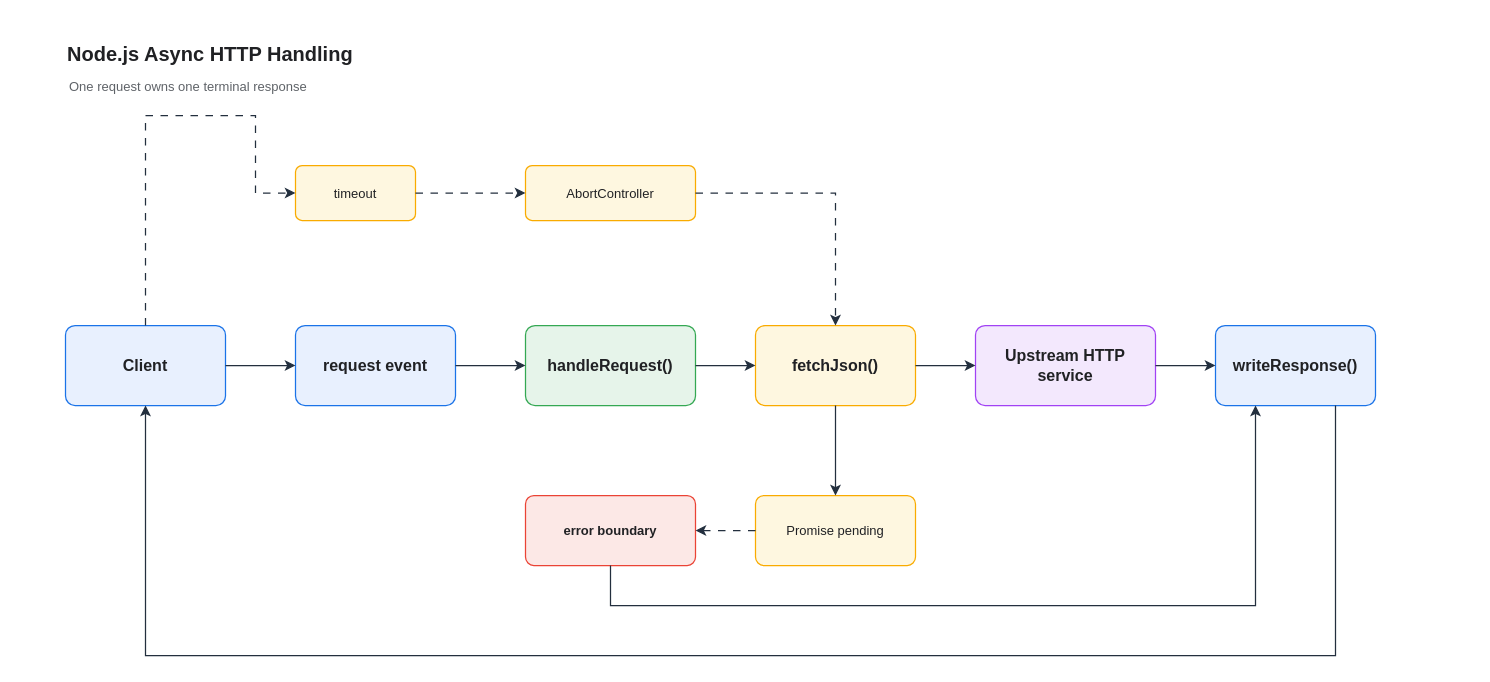
KKamJi98/kkamji98.github.io keeps this draw.io diagram as assets/img/nodejs/node-async-http-handling-flow.drawio. Above is the earlier version. Source tidied: cells renumbered, new cells numbered last; positions are measured from the earlier drawing's top-left corner, leaving out a move shared by most shapes. Both pictures are drawn from the tidied source at 100%, with x=0, y=0 at pixel (65, 35).
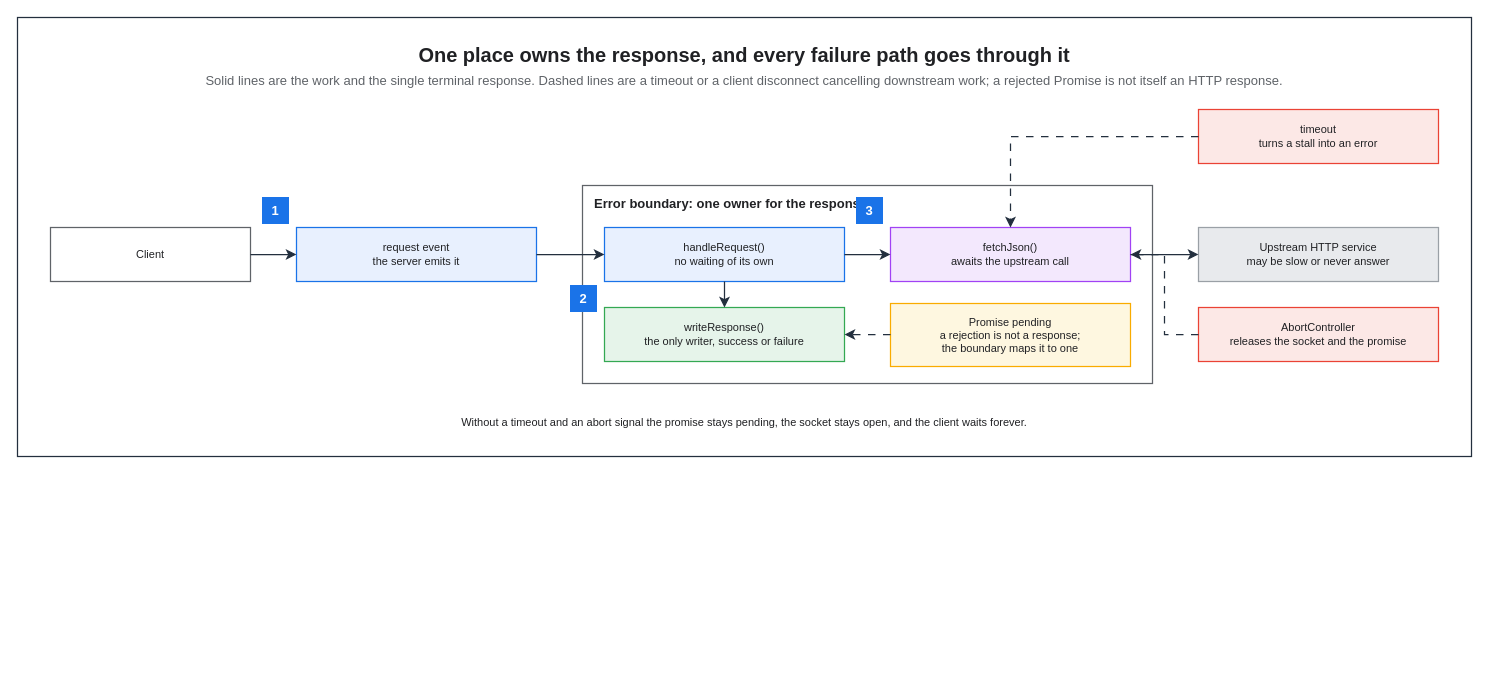
The same diagram, later.

Diff of the diagram source:
```diff
@@
+    <mxCell id="26" style="rounded=0;html=0;fillColor=none;strokeColor=#232F3E;fontColor=#202124;strokeWidth=1.25;" parent="1" vertex="1">
+      <mxGeometry x="-48" y="-18" width="1454" height="439" as="geometry" />
+    </mxCell>
-    <mxCell id="2" value="Node.js Async HTTP Handling" style="text;html=0;strokeColor=none;fillColor=none;align=left;verticalAlign=middle;fontSize=20;fontStyle=1;fontColor=#202124;" parent="1" vertex="1">
-      <mxGeometry width="800" height="34" as="geometry" />
+    <mxCell id="2" value="One place owns the response, and every failure path goes through it" style="text;html=0;whiteSpace=wrap;fillColor=none;strokeColor=none;fontColor=#202124;fontSize=20;fontStyle=1;align=center;verticalAlign=middle;" parent="1" vertex="1">
+      <mxGeometry x="-26" y="4" width="1410" height="30" as="geometry" />
     </mxCell>
-    <mxCell id="3" value="One request owns one terminal response" style="text;html=0;strokeColor=none;fillColor=none;align=left;verticalAlign=middle;fontSize=13;fontColor=#5F6368;" parent="1" vertex="1">
-      <mxGeometry x="2" y="38" width="600" height="24" as="geometry" />
+    <mxCell id="3" value="Solid lines are the work and the single terminal response. Dashed lines are a timeout or a client disconnect cancelling downstream work; a rejected Promise is not itself an HTTP response." style="text;html=0;whiteSpace=wrap;fillColor=none;strokeColor=none;fontColor=#5F6368;fontSize=13;fontStyle=0;align=center;verticalAlign=middle;" parent="1" vertex="1">
+      <mxGeometry x="-26" y="34" width="1410" height="22" as="geometry" />
     </mxCell>
+    <mxCell id="10" value="Error boundary: one owner for the response" style="rounded=0;whiteSpace=wrap;html=0;fillColor=none;strokeColor=#5F6368;fontColor=#202124;fontSize=13;fontStyle=1;align=left;verticalAlign=top;spacingLeft=10;spacingTop=4;strokeWidth=1.25;dashed=0;" parent="1" vertex="1">
+      <mxGeometry x="517" y="150" width="570" height="198" as="geometry" />
+    </mxCell>
-    <mxCell id="4" value="Client" style="rounded=1;whiteSpace=wrap;html=0;fillColor=#E8F0FE;strokeColor=#1A73E8;strokeWidth=1.25;fontColor=#202124;fontSize=16;fontStyle=1;arcSize=12;" parent="1" vertex="1">
-      <mxGeometry y="290" width="160" height="80" as="geometry" />
+    <mxCell id="4" value="Client" style="rounded=0;whiteSpace=wrap;html=0;fillColor=#FFFFFF;strokeColor=#5F6368;fontColor=#202124;fontSize=11;fontStyle=0;align=center;verticalAlign=middle;spacingLeft=6;spacingRight=6;strokeWidth=1.25;" parent="1" vertex="1">
+      <mxGeometry x="-15" y="192" width="200" height="54" as="geometry" />
     </mxCell>
-    <mxCell id="5" value="request event" style="rounded=1;whiteSpace=wrap;html=0;fillColor=#E8F0FE;strokeColor=#1A73E8;strokeWidth=1.25;fontColor=#202124;fontSize=16;fontStyle=1;arcSize=12;" parent="1" vertex="1">
-      <mxGeometry x="230" y="290" width="160" height="80" as="geometry" />
+    <mxCell id="5" value="request event&#10;the server emits it" style="rounded=0;whiteSpace=wrap;html=0;fillColor=#E8F0FE;strokeColor=#1A73E8;fontColor=#202124;fontSize=11;fontStyle=0;align=center;verticalAlign=middle;spacingLeft=6;spacingRight=6;strokeWidth=1.25;" parent="1" vertex="1">
+      <mxGeometry x="231" y="192" width="240" height="54" as="geometry" />
     </mxCell>
-    <mxCell id="6" value="handleRequest()" style="rounded=1;whiteSpace=wrap;html=0;fillColor=#E6F4EA;strokeColor=#34A853;strokeWidth=1.25;fontColor=#202124;fontSize=16;fontStyle=1;arcSize=12;" parent="1" vertex="1">
-      <mxGeometry x="460" y="290" width="170" height="80" as="geometry" />
+    <mxCell id="6" value="handleRequest()&#10;no waiting of its own" style="rounded=0;whiteSpace=wrap;html=0;fillColor=#E8F0FE;strokeColor=#1A73E8;fontColor=#202124;fontSize=11;fontStyle=0;align=center;verticalAlign=middle;spacingLeft=6;spacingRight=6;strokeWidth=1.25;" parent="1" vertex="1">
+      <mxGeometry x="539" y="192" width="240" height="54" as="geometry" />
     </mxCell>
-    <mxCell id="7" value="fetchJson()" style="rounded=1;whiteSpace=wrap;html=0;fillColor=#FEF7E0;strokeColor=#F9AB00;strokeWidth=1.25;fontColor=#202124;fontSize=16;fontStyle=1;arcSize=12;" parent="1" vertex="1">
-      <mxGeometry x="690" y="290" width="160" height="80" as="geometry" />
+    <mxCell id="7" value="fetchJson()&#10;awaits the upstream call" style="rounded=0;whiteSpace=wrap;html=0;fillColor=#F3E8FD;strokeColor=#A142F4;fontColor=#202124;fontSize=11;fontStyle=0;align=center;verticalAlign=middle;spacingLeft=6;spacingRight=6;strokeWidth=1.25;" parent="1" vertex="1">
+      <mxGeometry x="825" y="192" width="240" height="54" as="geometry" />
     </mxCell>
-    <mxCell id="8" value="writeResponse()" style="rounded=1;whiteSpace=wrap;html=0;fillColor=#E8F0FE;strokeColor=#1A73E8;strokeWidth=1.25;fontColor=#202124;fontSize=16;fontStyle=1;arcSize=12;" parent="1" vertex="1">
-      <mxGeometry x="1150" y="290" width="160" height="80" as="geometry" />
-    </mxCell>
-    <mxCell id="9" value="Upstream HTTP service" style="rounded=1;whiteSpace=wrap;html=0;fillColor=#F3E8FD;strokeColor=#A142F4;strokeWidth=1.25;fontColor=#202124;fontSize=16;fontStyle=1;arcSize=12;" parent="1" vertex="1">
-      <mxGeometry x="910" y="290" width="180" height="80" as="geometry" />
+    <mxCell id="9" value="Upstream HTTP service&#10;may be slow or never answer" style="rounded=0;whiteSpace=wrap;html=0;fillColor=#E8EAED;strokeColor=#9AA0A6;fontColor=#202124;fontSize=11;fontStyle=0;align=center;verticalAlign=middle;spacingLeft=6;spacingRight=6;strokeWidth=1.25;" parent="1" vertex="1">
+      <mxGeometry x="1133" y="192" width="240" height="54" as="geometry" />
     </mxCell>
-    <mxCell id="10" value="error boundary" style="rounded=1;whiteSpace=wrap;html=0;fillColor=#FCE8E6;strokeColor=#EA4335;strokeWidth=1.25;fontColor=#202124;fontSize=13;fontStyle=1;arcSize=12;" parent="1" vertex="1">
-      <mxGeometry x="460" y="460" width="170" height="70" as="geometry" />
-    </mxCell>
-    <mxCell id="11" value="Promise pending" style="rounded=1;whiteSpace=wrap;html=0;fillColor=#FEF7E0;strokeColor=#F9AB00;strokeWidth=1.25;fontColor=#202124;fontSize=13;arcSize=12;" parent="1" vertex="1">
-      <mxGeometry x="690" y="460" width="160" height="70" as="geometry" />
+    <mxCell id="11" value="Promise pending&#10;a rejection is not a response;&#10;the boundary maps it to one" style="rounded=0;whiteSpace=wrap;html=0;fillColor=#FEF7E0;strokeColor=#F9AB00;fontColor=#202124;fontSize=11;fontStyle=0;align=center;verticalAlign=middle;spacingLeft=6;spacingRight=6;strokeWidth=1.25;" parent="1" vertex="1">
+      <mxGeometry x="825" y="268" width="240" height="63" as="geometry" />
     </mxCell>
-    <mxCell id="12" value="timeout" style="rounded=1;whiteSpace=wrap;html=0;fillColor=#FEF7E0;strokeColor=#F9AB00;strokeWidth=1.25;fontColor=#202124;fontSize=13;arcSize=12;" parent="1" vertex="1">
-      <mxGeometry x="230" y="130" width="120" height="55" as="geometry" />
+    <mxCell id="12" value="timeout&#10;turns a stall into an error" style="rounded=0;whiteSpace=wrap;html=0;fillColor=#FCE8E6;strokeColor=#EA4335;fontColor=#202124;fontSize=11;fontStyle=0;align=center;verticalAlign=middle;spacingLeft=6;spacingRight=6;strokeWidth=1.25;" parent="1" vertex="1">
+      <mxGeometry x="1133" y="74" width="240" height="54" as="geometry" />
     </mxCell>
-    <mxCell id="13" value="AbortController" style="rounded=1;whiteSpace=wrap;html=0;fillColor=#FEF7E0;strokeColor=#F9AB00;strokeWidth=1.25;fontColor=#202124;fontSize=13;arcSize=12;" parent="1" vertex="1">
-      <mxGeometry x="460" y="130" width="170" height="55" as="geometry" />
+    <mxCell id="13" value="AbortController&#10;releases the socket and the promise" style="rounded=0;whiteSpace=wrap;html=0;fillColor=#FCE8E6;strokeColor=#EA4335;fontColor=#202124;fontSize=11;fontStyle=0;align=center;verticalAlign=middle;spacingLeft=6;spacingRight=6;strokeWidth=1.25;" parent="1" vertex="1">
+      <mxGeometry x="1133" y="272" width="240" height="54" as="geometry" />
     </mxCell>
+    <mxCell id="8" value="writeResponse()&#10;the only writer, success or failure" style="rounded=0;whiteSpace=wrap;html=0;fillColor=#E6F4EA;strokeColor=#34A853;fontColor=#202124;fontSize=11;fontStyle=0;align=center;verticalAlign=middle;spacingLeft=6;spacingRight=6;strokeWidth=1.25;" parent="1" vertex="1">
+      <mxGeometry x="539" y="272" width="240" height="54" as="geometry" />
+    </mxCell>
+    <mxCell id="27" value="Without a timeout and an abort signal the promise stays pending, the socket stays open, and the client waits forever." style="text;html=0;whiteSpace=wrap;fillColor=none;strokeColor=none;fontColor=#202124;fontSize=11;fontStyle=0;align=center;verticalAlign=middle;" parent="1" vertex="1">
+      <mxGeometry x="-15" y="375" width="1388" height="24" as="geometry" />
+    </mxCell>
+    <mxCell id="28" value="1" style="rounded=0;whiteSpace=wrap;html=0;fillColor=#1A73E8;strokeColor=#1A73E8;fontColor=#FFFFFF;fontSize=13;fontStyle=1;align=center;verticalAlign=middle;" parent="1" vertex="1">
+      <mxGeometry x="197" y="162" width="26" height="26" as="geometry" />
+    </mxCell>
+    <mxCell id="29" value="2" style="rounded=0;whiteSpace=wrap;html=0;fillColor=#1A73E8;strokeColor=#1A73E8;fontColor=#FFFFFF;fontSize=13;fontStyle=1;align=center;verticalAlign=middle;" parent="1" vertex="1">
+      <mxGeometry x="505" y="250" width="26" height="26" as="geometry" />
+    </mxCell>
+    <mxCell id="30" value="3" style="rounded=0;whiteSpace=wrap;html=0;fillColor=#1A73E8;strokeColor=#1A73E8;fontColor=#FFFFFF;fontSize=13;fontStyle=1;align=center;verticalAlign=middle;" parent="1" vertex="1">
+      <mxGeometry x="791" y="162" width="26" height="26" as="geometry" />
+    </mxCell>
-    <mxCell id="14" style="edgeStyle=orthogonalEdgeStyle;rounded=0;html=0;strokeColor=#232F3E;strokeWidth=1.25;endArrow=classic;endFill=1;endSize=7;fontColor=#202124;fontSize=11;labelBackgroundColor=none;exitX=1;exitY=0.5;exitPerimeter=1;entryX=0;entryY=0.5;entryPerimeter=1;" parent="1" edge="1" source="4" target="5">
+    <mxCell id="14" style="edgeStyle=orthogonalEdgeStyle;rounded=0;html=0;strokeColor=#232F3E;strokeWidth=1.25;endArrow=classic;endFill=1;endSize=7;fontSize=11;fontColor=#202124;labelBackgroundColor=none;jettySize=14;exitX=1;exitY=0.5;entryX=0;entryY=0.5;exitDx=0;exitDy=0;entryDx=0;entryDy=0;" parent="1" edge="1" source="4" target="5">
       <mxGeometry relative="1" as="geometry" />
     </mxCell>
-    <mxCell id="15" style="edgeStyle=orthogonalEdgeStyle;rounded=0;html=0;strokeColor=#232F3E;strokeWidth=1.25;endArrow=classic;endFill=1;endSize=7;fontColor=#202124;fontSize=11;labelBackgroundColor=none;exitX=1;exitY=0.5;exitPerimeter=1;entryX=0;entryY=0.5;entryPerimeter=1;" parent="1" edge="1" source="5" target="6">
+    <mxCell id="15" style="edgeStyle=orthogonalEdgeStyle;rounded=0;html=0;strokeColor=#232F3E;strokeWidth=1.25;endArrow=classic;endFill=1;endSize=7;fontSize=11;fontColor=#202124;labelBackgroundColor=none;jettySize=14;exitX=1;exitY=0.5;entryX=0;entryY=0.5;exitDx=0;exitDy=0;entryDx=0;entryDy=0;" parent="1" edge="1" source="5" target="6">
       <mxGeometry relative="1" as="geometry" />
     </mxCell>
-    <mxCell id="16" style="edgeStyle=orthogonalEdgeStyle;rounded=0;html=0;strokeColor=#232F3E;strokeWidth=1.25;endArrow=classic;endFill=1;endSize=7;fontColor=#202124;fontSize=11;labelBackgroundColor=none;exitX=1;exitY=0.5;exitPerimeter=1;entryX=0;entryY=0.5;entryPerimeter=1;" parent="1" edge="1" source="6" target="7">
+    <mxCell id="16" style="edgeStyle=orthogonalEdgeStyle;rounded=0;html=0;strokeColor=#232F3E;strokeWidth=1.25;endArrow=classic;endFill=1;endSize=7;fontSize=11;fontColor=#202124;labelBackgroundColor=none;jettySize=14;exitX=1;exitY=0.5;entryX=0;entryY=0.5;exitDx=0;exitDy=0;entryDx=0;entryDy=0;" parent="1" edge="1" source="6" target="7">
       <mxGeometry relative="1" as="geometry" />
     </mxCell>
-    <mxCell id="17" style="edgeStyle=orthogonalEdgeStyle;rounded=0;html=0;strokeColor=#232F3E;strokeWidth=1.25;endArrow=classic;endFill=1;endSize=7;fontColor=#202124;fontSize=11;labelBackgroundColor=none;exitX=1;exitY=0.5;exitPerimeter=1;entryX=0;entryY=0.5;entryPerimeter=1;" parent="1" edge="1" source="7" target="9">
+    <mxCell id="17" style="edgeStyle=orthogonalEdgeStyle;rounded=0;html=0;strokeColor=#232F3E;strokeWidth=1.25;endArrow=classic;endFill=1;endSize=7;fontSize=11;fontColor=#202124;labelBackgroundColor=none;jettySize=14;exitX=1;exitY=0.5;entryX=0;entryY=0.5;exitDx=0;exitDy=0;entryDx=0;entryDy=0;" parent="1" edge="1" source="7" target="9">
       <mxGeometry relative="1" as="geometry" />
     </mxCell>
-    <mxCell id="18" style="edgeStyle=orthogonalEdgeStyle;rounded=0;html=0;strokeColor=#232F3E;strokeWidth=1.25;endArrow=classic;endFill=1;endSize=7;fontColor=#202124;fontSize=11;labelBackgroundColor=none;exitX=1;exitY=0.5;exitPerimeter=1;entryX=0;entryY=0.5;entryPerimeter=1;" parent="1" edge="1" source="9" target="8">
-      <mxGeometry relative="1" as="geometry" />
-    </mxCell>
-    <mxCell id="19" style="edgeStyle=orthogonalEdgeStyle;rounded=0;html=0;strokeColor=#232F3E;strokeWidth=1.25;endArrow=classic;endFill=1;endSize=7;fontColor=#202124;fontSize=11;labelBackgroundColor=none;exitX=0.75;exitY=1;exitPerimeter=1;entryX=0.5;entryY=1;entryPerimeter=1;" parent="1" edge="1" source="8" target="4">
-      <mxGeometry relative="1" as="geometry">
-        <Array as="points">
-          <mxPoint x="1270" y="620" />
-          <mxPoint x="80" y="620" />
-        </Array>
-      </mxGeometry>
-    </mxCell>
-    <mxCell id="20" style="edgeStyle=orthogonalEdgeStyle;rounded=0;html=0;strokeColor=#232F3E;strokeWidth=1.25;endArrow=classic;endFill=1;endSize=7;fontColor=#202124;fontSize=11;labelBackgroundColor=none;exitX=0.5;exitY=1;exitPerimeter=1;entryX=0.5;entryY=0;entryPerimeter=1;" parent="1" edge="1" source="7" target="11">
-      <mxGeometry relative="1" as="geometry" />
-    </mxCell>
-    <mxCell id="21" style="edgeStyle=orthogonalEdgeStyle;rounded=0;html=0;dashed=1;dashPattern=6 6;strokeColor=#232F3E;strokeWidth=1.25;endArrow=classic;endFill=1;endSize=7;fontColor=#202124;fontSize=11;labelBackgroundColor=none;exitX=0;exitY=0.5;exitPerimeter=1;entryX=1;entryY=0.5;entryPerimeter=1;" parent="1" edge="1" source="11" target="10">
-      <mxGeometry relative="1" as="geometry" />
-    </mxCell>
-    <mxCell id="22" style="edgeStyle=orthogonalEdgeStyle;rounded=0;html=0;strokeColor=#232F3E;strokeWidth=1.25;endArrow=classic;endFill=1;endSize=7;fontColor=#202124;fontSize=11;labelBackgroundColor=none;exitX=0.5;exitY=1;exitPerimeter=1;entryX=0.25;entryY=1;entryPerimeter=1;" parent="1" edge="1" source="10" target="8">
-      <mxGeometry relative="1" as="geometry">
-        <Array as="points">
-          <mxPoint x="545" y="570" />
-          <mxPoint x="1190" y="570" />
-        </Array>
-      </mxGeometry>
-    </mxCell>
-    <mxCell id="23" style="edgeStyle=orthogonalEdgeStyle;rounded=0;html=0;dashed=1;dashPattern=6 6;strokeColor=#232F3E;strokeWidth=1.25;endArrow=classic;endFill=1;endSize=7;fontColor=#202124;fontSize=11;labelBackgroundColor=none;exitX=0.5;exitY=0;exitPerimeter=1;entryX=0;entryY=0.5;entryPerimeter=1;" parent="1" edge="1" source="4" target="12">
-      <mxGeometry relative="1" as="geometry">
-        <Array as="points">
-          <mxPoint x="80" y="80" />
-          <mxPoint x="190" y="80" />
-          <mxPoint x="190" y="157.5" />
-        </Array>
-      </mxGeometry>
-    </mxCell>
-    <mxCell id="24" style="edgeStyle=orthogonalEdgeStyle;rounded=0;html=0;dashed=1;dashPattern=6 6;strokeColor=#232F3E;strokeWidth=1.25;endArrow=classic;endFill=1;endSize=7;fontColor=#202124;fontSize=11;labelBackgroundColor=none;exitX=1;exitY=0.5;exitPerimeter=1;entryX=0;entryY=0.5;entryPerimeter=1;" parent="1" edge="1" source="12" target="13">
-      <mxGeometry relative="1" as="geometry" />
-    </mxCell>
+    <mxCell id="31" style="edgeStyle=orthogonalEdgeStyle;rounded=0;html=0;strokeColor=#232F3E;strokeWidth=1.25;endArrow=classic;endFill=1;endSize=7;fontSize=11;fontColor=#202124;labelBackgroundColor=none;jettySize=14;exitX=0.5;exitY=1;entryX=0.5;entryY=0;exitDx=0;exitDy=0;entryDx=0;entryDy=0;" parent="1" edge="1" source="6" target="8">
+      <mxGeometry relative="1" as="geometry" />
+    </mxCell>
+    <mxCell id="32" style="edgeStyle=orthogonalEdgeStyle;rounded=0;html=0;strokeColor=#232F3E;strokeWidth=1.25;endArrow=classic;endFill=1;endSize=7;fontSize=11;fontColor=#202124;labelBackgroundColor=none;jettySize=14;dashed=1;dashPattern=6 6;exitX=0;exitY=0.5;entryX=0.5;entryY=0;exitDx=0;exitDy=0;entryDx=0;entryDy=0;" parent="1" edge="1" source="12" target="7">
+      <mxGeometry relative="1" as="geometry">
+        <Array as="points">
+          <mxPoint x="945" y="101" />
+        </Array>
+      </mxGeometry>
+    </mxCell>
-    <mxCell id="25" style="edgeStyle=orthogonalEdgeStyle;rounded=0;html=0;dashed=1;dashPattern=6 6;strokeColor=#232F3E;strokeWidth=1.25;endArrow=classic;endFill=1;endSize=7;fontColor=#202124;fontSize=11;labelBackgroundColor=none;exitX=1;exitY=0.5;exitPerimeter=1;entryX=0.5;entryY=0;entryPerimeter=1;" parent="1" edge="1" source="13" target="7">
+    <mxCell id="25" style="edgeStyle=orthogonalEdgeStyle;rounded=0;html=0;strokeColor=#232F3E;strokeWidth=1.25;endArrow=classic;endFill=1;endSize=7;fontSize=11;fontColor=#202124;labelBackgroundColor=none;jettySize=14;dashed=1;dashPattern=6 6;exitX=0;exitY=0.5;entryX=1;entryY=0.5;exitDx=0;exitDy=0;entryDx=0;entryDy=0;" parent="1" edge="1" source="13" target="7">
       <mxGeometry relative="1" as="geometry">
         <Array as="points">
-          <mxPoint x="770" y="157.5" />
+          <mxPoint x="1099" y="299" />
+          <mxPoint x="1099" y="219" />
         </Array>
       </mxGeometry>
     </mxCell>
+    <mxCell id="33" style="edgeStyle=orthogonalEdgeStyle;rounded=0;html=0;strokeColor=#232F3E;strokeWidth=1.25;endArrow=classic;endFill=1;endSize=7;fontSize=11;fontColor=#202124;labelBackgroundColor=none;jettySize=14;dashed=1;dashPattern=6 6;exitX=0;exitY=0.4921;entryX=1;entryY=0.5;exitDx=0;exitDy=0;entryDx=0;entryDy=0;" parent="1" edge="1" source="11" target="8">
+      <mxGeometry relative="1" as="geometry" />
+    </mxCell>
```
